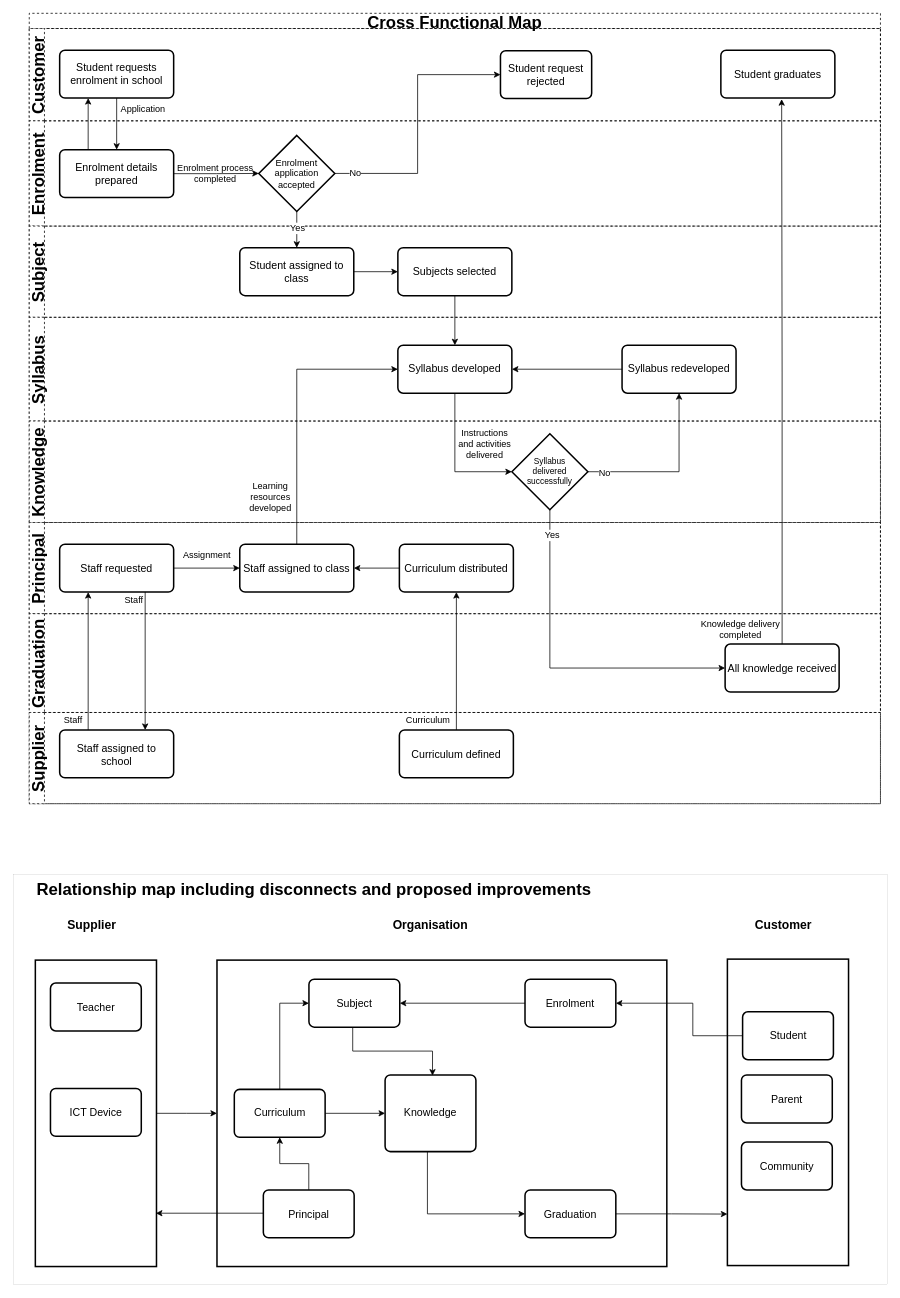
The draw.io diagram page "Cross_Functional_Map" (3 of 4) of All_Maps_A1.drawio in SRMITGit/diagrams, before the edit. Source tidied: cells renumbered, new cells numbered last; positions are measured from the earlier drawing's top-left corner, leaving out a move shared by most shapes. Both pictures are drawn from the tidied source at 76%, with x=0, y=0 at pixel (13, 13).
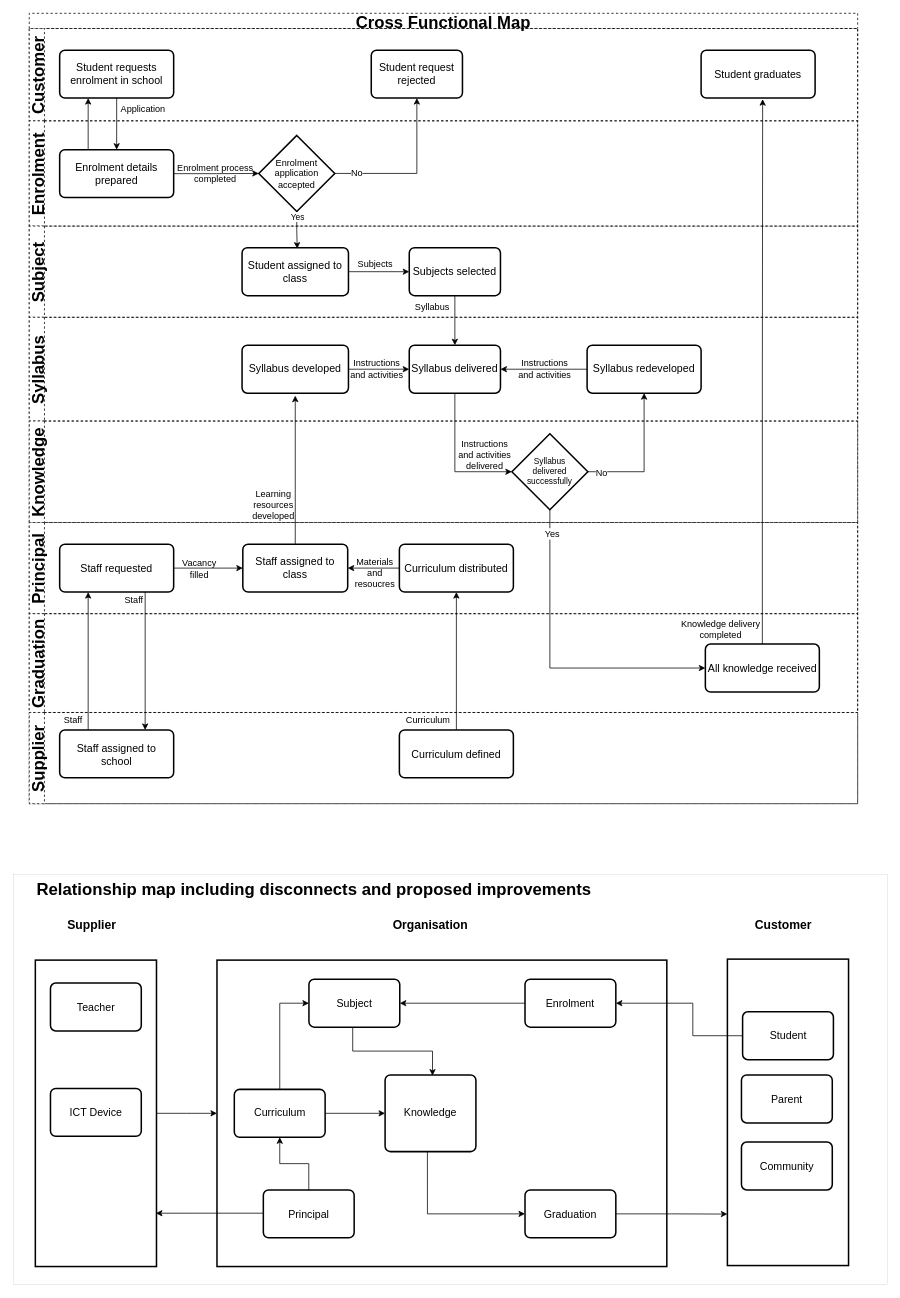
The same diagram, later.

Commit message:
more additions to crossfunctional

The change refers to these unchanged cells:
```xml
<mxCell id="12" value="Enrolment application accepted" style="strokeWidth=2;html=1;shape=mxgraph.flowchart.decision;whiteSpace=wrap;fontFamily=Helvetica;fontSize=12;" parent="8" vertex="1">
  <mxGeometry x="302" y="19.2" width="100" height="100" as="geometry" />
</mxCell>
<mxCell id="25" value="Syllabus&lt;br style=&quot;font-size: 11px;&quot;&gt;delivered successfully" style="strokeWidth=2;html=1;shape=mxgraph.flowchart.decision;whiteSpace=wrap;fontFamily=Helvetica;fontSize=11;" parent="23" vertex="1">
  <mxGeometry x="635" y="16.7" width="100" height="100" as="geometry" />
</mxCell>
```

Diff of the diagram source:
```diff
@@
     <mxCell id="2" value="Cross Functional Map" style="swimlane;horizontal=1;startSize=20;dashed=1;fontFamily=Helvetica;fontSize=22;strokeColor=#000000;strokeWidth=1;" parent="1" vertex="1">
-      <mxGeometry x="21" width="1120" height="1040" as="geometry" />
+      <mxGeometry x="21" width="1090" height="1040" as="geometry" />
     </mxCell>
     <mxCell id="3" value="Customer" style="swimlane;startSize=20;horizontal=0;dashed=1;fontFamily=Helvetica;fontSize=22;strokeColor=#000000;strokeWidth=1;direction=east;flipV=1;" parent="2" vertex="1">
-      <mxGeometry y="20" width="1120" height="121.5" as="geometry" />
+      <mxGeometry y="20" width="1090" height="121.5" as="geometry" />
     </mxCell>
@@
     <mxCell id="6" value="&lt;font style=&quot;font-size: 14px&quot;&gt;Student request rejected&lt;/font&gt;" style="rounded=1;whiteSpace=wrap;html=1;absoluteArcSize=1;arcSize=14;strokeWidth=2;" parent="3" vertex="1">
-      <mxGeometry x="620" y="29.2" width="120" height="63" as="geometry" />
+      <mxGeometry x="450" y="28.5" width="120" height="63" as="geometry" />
     </mxCell>
     <mxCell id="7" value="&lt;span style=&quot;font-size: 14px&quot;&gt;Student graduates&lt;/span&gt;" style="rounded=1;whiteSpace=wrap;html=1;absoluteArcSize=1;arcSize=14;strokeWidth=2;" parent="3" vertex="1">
-      <mxGeometry x="910" y="28.5" width="150" height="63" as="geometry" />
+      <mxGeometry x="884" y="28.5" width="150" height="63" as="geometry" />
     </mxCell>
     <mxCell id="8" value="Enrolment" style="swimlane;startSize=20;horizontal=0;dashed=1;fontFamily=Helvetica;fontSize=22;strokeColor=#000000;strokeWidth=1;" parent="2" vertex="1">
-      <mxGeometry y="141.5" width="1120" height="138.5" as="geometry" />
+      <mxGeometry y="141.5" width="1090" height="138.5" as="geometry" />
     </mxCell>
@@
     <mxCell id="15" value="Subject" style="swimlane;startSize=20;horizontal=0;dashed=1;fontFamily=Helvetica;fontSize=22;strokeColor=#000000;strokeWidth=1;" parent="2" vertex="1">
-      <mxGeometry y="280" width="1120" height="120" as="geometry" />
+      <mxGeometry y="280" width="1090" height="120" as="geometry" />
     </mxCell>
@@
     <mxCell id="17" value="&lt;font style=&quot;font-size: 14px&quot;&gt;Student assigned to class&lt;/font&gt;" style="rounded=1;whiteSpace=wrap;html=1;absoluteArcSize=1;arcSize=14;strokeWidth=2;" parent="15" vertex="1">
-      <mxGeometry x="277" y="28.5" width="150" height="63" as="geometry" />
+      <mxGeometry x="280" y="28.5" width="140" height="63" as="geometry" />
     </mxCell>
     <mxCell id="18" value="&lt;font style=&quot;font-size: 14px&quot;&gt;Subjects selected&lt;/font&gt;" style="rounded=1;whiteSpace=wrap;html=1;absoluteArcSize=1;arcSize=14;strokeWidth=2;" parent="15" vertex="1">
-      <mxGeometry x="485" y="28.5" width="150" height="63" as="geometry" />
+      <mxGeometry x="500" y="28.5" width="120" height="63" as="geometry" />
     </mxCell>
+    <mxCell id="87" value="Subjects" style="text;html=1;strokeColor=none;fillColor=none;align=center;verticalAlign=middle;whiteSpace=wrap;rounded=0;dashed=1;fontFamily=Helvetica;fontSize=12;" parent="15" vertex="1">
+      <mxGeometry x="425" y="40" width="61" height="20" as="geometry" />
+    </mxCell>
+    <mxCell id="88" value="Syllabus" style="text;html=1;strokeColor=none;fillColor=none;align=center;verticalAlign=middle;whiteSpace=wrap;rounded=0;dashed=1;fontFamily=Helvetica;fontSize=12;" parent="15" vertex="1">
+      <mxGeometry x="500" y="97" width="61" height="20" as="geometry" />
+    </mxCell>
     <mxCell id="19" value="Syllabus" style="swimlane;startSize=20;horizontal=0;dashed=1;fontFamily=Helvetica;fontSize=22;strokeColor=#000000;strokeWidth=1;" parent="2" vertex="1">
-      <mxGeometry y="400" width="1120" height="136.5" as="geometry" />
+      <mxGeometry y="400" width="1090" height="136.5" as="geometry" />
     </mxCell>
-    <mxCell id="20" value="&lt;font style=&quot;font-size: 14px&quot;&gt;Syllabus&amp;nbsp;developed&lt;/font&gt;" style="rounded=1;whiteSpace=wrap;html=1;absoluteArcSize=1;arcSize=14;strokeWidth=2;" parent="19" vertex="1">
-      <mxGeometry x="485" y="36.8" width="150" height="63" as="geometry" />
+    <mxCell id="20" value="&lt;font style=&quot;font-size: 14px&quot;&gt;Syllabus&amp;nbsp;delivered&lt;/font&gt;" style="rounded=1;whiteSpace=wrap;html=1;absoluteArcSize=1;arcSize=14;strokeWidth=2;" parent="19" vertex="1">
+      <mxGeometry x="500" y="36.8" width="120" height="63" as="geometry" />
     </mxCell>
@@
     <mxCell id="22" value="&lt;span style=&quot;font-size: 14px&quot;&gt;Syllabus redeveloped&lt;/span&gt;" style="rounded=1;whiteSpace=wrap;html=1;absoluteArcSize=1;arcSize=14;strokeWidth=2;" parent="19" vertex="1">
-      <mxGeometry x="780" y="36.8" width="150" height="63" as="geometry" />
+      <mxGeometry x="734" y="36.8" width="150" height="63" as="geometry" />
     </mxCell>
+    <mxCell id="89" style="edgeStyle=orthogonalEdgeStyle;rounded=0;jettySize=auto;html=1;entryX=0;entryY=0.5;entryDx=0;entryDy=0;fontSize=11;" parent="19" edge="1" source="90" target="20">
+      <mxGeometry relative="1" as="geometry" />
+    </mxCell>
+    <mxCell id="90" value="&lt;font style=&quot;font-size: 14px&quot;&gt;Syllabus&amp;nbsp;developed&lt;/font&gt;" style="rounded=1;whiteSpace=wrap;html=1;absoluteArcSize=1;arcSize=14;strokeWidth=2;" parent="19" vertex="1">
+      <mxGeometry x="280" y="36.8" width="140" height="63" as="geometry" />
+    </mxCell>
+    <mxCell id="91" value="Instructions and activities" style="text;html=1;strokeColor=none;fillColor=none;align=center;verticalAlign=middle;whiteSpace=wrap;rounded=0;dashed=1;fontFamily=Helvetica;fontSize=12;" parent="19" vertex="1">
+      <mxGeometry x="416" y="44.8" width="83" height="47" as="geometry" />
+    </mxCell>
+    <mxCell id="92" value="Instructions and activities" style="text;html=1;strokeColor=none;fillColor=none;align=center;verticalAlign=middle;whiteSpace=wrap;rounded=0;dashed=1;fontFamily=Helvetica;fontSize=12;" parent="19" vertex="1">
+      <mxGeometry x="637" y="44.8" width="83" height="47" as="geometry" />
+    </mxCell>
     <mxCell id="23" value="Knowledge" style="swimlane;startSize=20;horizontal=0;dashed=1;fontFamily=Helvetica;fontSize=22;strokeColor=#000000;strokeWidth=1;" parent="2" vertex="1">
-      <mxGeometry y="536.5" width="1120" height="133.5" as="geometry" />
+      <mxGeometry y="536.5" width="1090" height="133.5" as="geometry" />
     </mxCell>
     <mxCell id="24" value="Learning resources developed" style="text;html=1;strokeColor=none;fillColor=none;align=center;verticalAlign=middle;whiteSpace=wrap;rounded=0;dashed=1;fontFamily=Helvetica;fontSize=12;" parent="23" vertex="1">
-      <mxGeometry x="276" y="76.5" width="83" height="47" as="geometry" />
+      <mxGeometry x="280" y="86.5" width="83" height="47" as="geometry" />
     </mxCell>
@@
     <mxCell id="26" value="Instructions and activities delivered" style="text;html=1;strokeColor=none;fillColor=none;align=center;verticalAlign=middle;whiteSpace=wrap;rounded=0;dashed=1;fontFamily=Helvetica;fontSize=12;" parent="23" vertex="1">
-      <mxGeometry x="558" y="6.5" width="83" height="47" as="geometry" />
+      <mxGeometry x="558" y="20.7" width="83" height="47" as="geometry" />
     </mxCell>
     <mxCell id="27" value="Principal" style="swimlane;startSize=20;horizontal=0;dashed=1;fontFamily=Helvetica;fontSize=22;strokeColor=#000000;strokeWidth=1;" parent="2" vertex="1">
-      <mxGeometry y="670" width="1120" height="120" as="geometry" />
+      <mxGeometry y="670" width="1090" height="120" as="geometry" />
     </mxCell>
@@
     <mxCell id="32" value="&lt;span style=&quot;font-size: 14px&quot;&gt;Staff assigned to class&lt;/span&gt;" style="rounded=1;whiteSpace=wrap;html=1;absoluteArcSize=1;arcSize=14;strokeWidth=2;" parent="27" vertex="1">
-      <mxGeometry x="277" y="28.5" width="150" height="63" as="geometry" />
+      <mxGeometry x="281" y="28.5" width="138" height="63" as="geometry" />
     </mxCell>
@@
-    <mxCell id="34" value="Assignment" style="text;html=1;strokeColor=none;fillColor=none;align=center;verticalAlign=middle;whiteSpace=wrap;rounded=0;dashed=1;fontFamily=Helvetica;fontSize=12;" parent="27" vertex="1">
-      <mxGeometry x="196" y="33" width="76" height="20" as="geometry" />
+    <mxCell id="34" value="Vacancy filled" style="text;html=1;strokeColor=none;fillColor=none;align=center;verticalAlign=middle;whiteSpace=wrap;rounded=0;dashed=1;fontFamily=Helvetica;fontSize=12;" parent="27" vertex="1">
+      <mxGeometry x="202" y="47" width="44" height="27" as="geometry" />
     </mxCell>
+    <mxCell id="93" value="Materials and resoucres" style="text;html=1;strokeColor=none;fillColor=none;align=center;verticalAlign=middle;whiteSpace=wrap;rounded=0;dashed=1;fontFamily=Helvetica;fontSize=12;" parent="27" vertex="1">
+      <mxGeometry x="430" y="48" width="50" height="37" as="geometry" />
+    </mxCell>
     <mxCell id="35" value="Graduation" style="swimlane;startSize=20;horizontal=0;dashed=1;fontFamily=Helvetica;fontSize=22;strokeColor=#000000;strokeWidth=1;" parent="2" vertex="1">
-      <mxGeometry y="790" width="1120" height="130" as="geometry" />
+      <mxGeometry y="790" width="1090" height="130" as="geometry" />
     </mxCell>
     <mxCell id="36" value="&lt;span style=&quot;font-size: 14px&quot;&gt;All knowledge received&lt;/span&gt;" style="rounded=1;whiteSpace=wrap;html=1;absoluteArcSize=1;arcSize=14;strokeWidth=2;" parent="35" vertex="1">
-      <mxGeometry x="915.6" y="40" width="150" height="63" as="geometry" />
+      <mxGeometry x="889.6" y="40" width="150" height="63" as="geometry" />
     </mxCell>
     <mxCell id="37" value="Knowledge delivery completed" style="text;html=1;strokeColor=none;fillColor=none;align=center;verticalAlign=middle;whiteSpace=wrap;rounded=0;dashed=1;fontFamily=Helvetica;fontSize=12;" parent="35" vertex="1">
-      <mxGeometry x="880" y="-3" width="112" height="47" as="geometry" />
+      <mxGeometry x="854" y="-3" width="112" height="47" as="geometry" />
     </mxCell>
     <mxCell id="38" value="Supplier" style="swimlane;startSize=20;horizontal=0;dashed=1;fontFamily=Helvetica;fontSize=22;strokeColor=#000000;strokeWidth=1;" parent="2" vertex="1">
-      <mxGeometry y="920" width="1120" height="120" as="geometry" />
+      <mxGeometry y="920" width="1090" height="120" as="geometry" />
     </mxCell>
@@
-    <mxCell id="43" style="edgeStyle=orthogonalEdgeStyle;rounded=0;jettySize=auto;html=1;entryX=0.5;entryY=0;entryDx=0;entryDy=0;fontFamily=Helvetica;fontSize=12;exitX=0.5;exitY=1;exitDx=0;exitDy=0;exitPerimeter=0;" parent="2" edge="1" source="12" target="17">
-      <mxGeometry relative="1" as="geometry" />
-    </mxCell>
-    <mxCell id="44" value="Yes" style="edgeLabel;html=1;align=center;verticalAlign=middle;fontSize=12;fontFamily=Helvetica;" parent="43" vertex="1">
-      <mxGeometry x="-0.4" relative="1" as="geometry">
-        <mxPoint y="8" as="offset" />
-      </mxGeometry>
-    </mxCell>
-    <mxCell id="45" style="edgeStyle=orthogonalEdgeStyle;rounded=0;jettySize=auto;html=1;entryX=0;entryY=0.5;entryDx=0;entryDy=0;fontFamily=Helvetica;fontSize=12;" parent="2" edge="1" source="12" target="6">
+    <mxCell id="45" style="edgeStyle=orthogonalEdgeStyle;rounded=0;jettySize=auto;html=1;entryX=0.5;entryY=1;entryDx=0;entryDy=0;fontFamily=Helvetica;fontSize=12;" parent="2" edge="1" source="12" target="6">
       <mxGeometry relative="1" as="geometry" />
     </mxCell>
     <mxCell id="46" value="No" style="edgeLabel;html=1;align=center;verticalAlign=middle;fontSize=12;fontFamily=Helvetica;" parent="45" vertex="1">
       <mxGeometry x="-0.14" y="1" relative="1" as="geometry">
-        <mxPoint x="-82" y="40" as="offset" />
+        <mxPoint x="-61" y="1" as="offset" />
       </mxGeometry>
     </mxCell>
@@
-    <mxCell id="48" style="edgeStyle=orthogonalEdgeStyle;rounded=0;jettySize=auto;html=1;entryX=0;entryY=0.5;entryDx=0;entryDy=0;exitX=0.5;exitY=0;exitDx=0;exitDy=0;" parent="2" edge="1" source="32" target="20">
-      <mxGeometry relative="1" as="geometry" />
-    </mxCell>
@@
-    <mxCell id="52" style="edgeStyle=orthogonalEdgeStyle;rounded=0;jettySize=auto;html=1;entryX=0;entryY=0.5;entryDx=0;entryDy=0;entryPerimeter=0;fontSize=12;" parent="2" edge="1" source="20" target="25">
+    <mxCell id="52" style="edgeStyle=orthogonalEdgeStyle;rounded=0;jettySize=auto;html=1;entryX=0;entryY=0.5;entryDx=0;entryDy=0;entryPerimeter=0;fontSize=12;exitX=0.5;exitY=1;exitDx=0;exitDy=0;" parent="2" edge="1" source="20" target="25">
       <mxGeometry relative="1" as="geometry" />
     </mxCell>
@@
-    <mxCell id="55" style="edgeStyle=orthogonalEdgeStyle;rounded=0;jettySize=auto;html=1;entryX=0.5;entryY=1;entryDx=0;entryDy=0;fontSize=12;" parent="2" edge="1" source="25" target="22">
+    <mxCell id="55" style="edgeStyle=orthogonalEdgeStyle;rounded=0;jettySize=auto;html=1;entryX=0.5;entryY=1;entryDx=0;entryDy=0;fontSize=12;exitX=1;exitY=0.5;exitDx=0;exitDy=0;exitPerimeter=0;" parent="2" edge="1" source="25" target="22">
       <mxGeometry relative="1" as="geometry" />
     </mxCell>
@@
+    <mxCell id="86" style="edgeStyle=orthogonalEdgeStyle;rounded=0;jettySize=auto;html=1;" parent="2" edge="1" source="36">
+      <mxGeometry relative="1" as="geometry">
+        <mxPoint x="965" y="113" as="targetPoint" />
+      </mxGeometry>
+    </mxCell>
+    <mxCell id="94" style="edgeStyle=orthogonalEdgeStyle;rounded=0;jettySize=auto;html=1;fontSize=11;entryX=0.5;entryY=1.052;entryDx=0;entryDy=0;entryPerimeter=0;" parent="2" edge="1" source="32" target="90">
+      <mxGeometry relative="1" as="geometry" />
+    </mxCell>
+    <mxCell id="43" style="edgeStyle=orthogonalEdgeStyle;rounded=0;jettySize=auto;html=1;entryX=0.518;entryY=0.019;entryDx=0;entryDy=0;entryPerimeter=0;fontSize=11;" parent="2" edge="1" source="12" target="17">
+      <mxGeometry relative="1" as="geometry" />
+    </mxCell>
+    <mxCell id="44" value="Yes" style="edgeLabel;html=1;align=center;verticalAlign=middle;fontSize=11;" parent="43" vertex="1">
+      <mxGeometry x="-0.73" relative="1" as="geometry" />
+    </mxCell>
@@
-    <mxCell id="86" style="edgeStyle=orthogonalEdgeStyle;rounded=0;jettySize=auto;html=1;" parent="1" edge="1" source="36">
-      <mxGeometry relative="1" as="geometry">
-        <mxPoint x="1011" y="113" as="targetPoint" />
-      </mxGeometry>
-    </mxCell>
```
